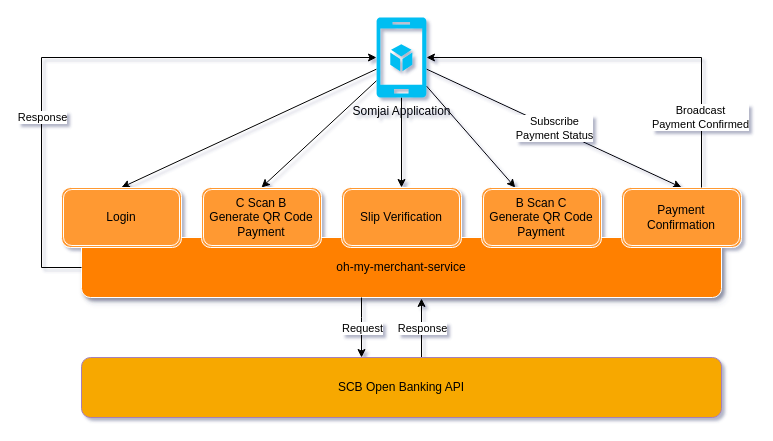
Above: docs/draw.io/diagram.drawio in ayuthmang/scb-openapi-oh-my-merchant-service (draw.io), before the change. Source tidied: cells renumbered, new cells numbered last; positions are measured from the earlier drawing's top-left corner, leaving out a move shared by most shapes. Both pictures are drawn from the tidied source at 100%, with x=0, y=0 at pixel (41, 17).
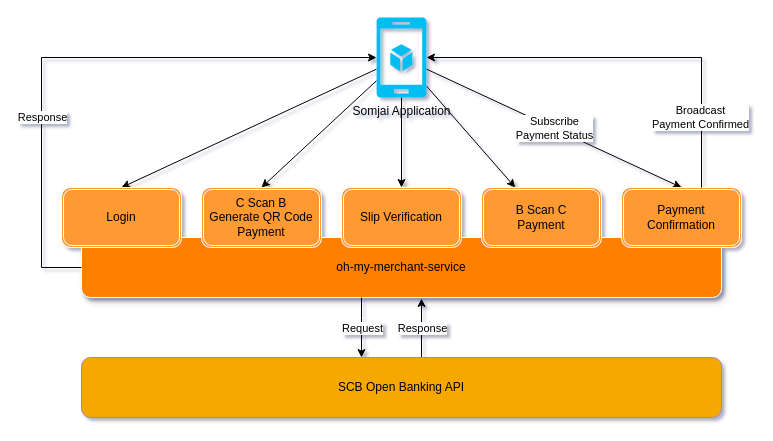
Above is the later version.

Commit message (it also covers changes not shown here):
:hammer: fixes wording for b scan c

Unchanged cells that the change refers to:
```xml
<mxCell id="11" style="group;" parent="1" vertex="1">
  <mxGeometry x="20" y="170" width="680" height="120" as="geometry" />
</mxCell>
```

What changed in the source:
```diff
@@
-    <mxCell id="15" value="B Scan C&lt;br&gt;Generate QR Code&lt;br&gt;Payment" style="shape=ext;double=1;rounded=1;whiteSpace=wrap;html=1;shadow=0;strokeColor=#FFFFFF;fillColor=#FF9933;" parent="11" vertex="1">
+    <mxCell id="15" value="B Scan C&lt;br&gt;Payment" style="shape=ext;double=1;rounded=1;whiteSpace=wrap;html=1;shadow=0;strokeColor=#FFFFFF;fillColor=#FF9933;" parent="11" vertex="1">
       <mxGeometry x="420" width="120" height="60" as="geometry" />
     </mxCell>
```
